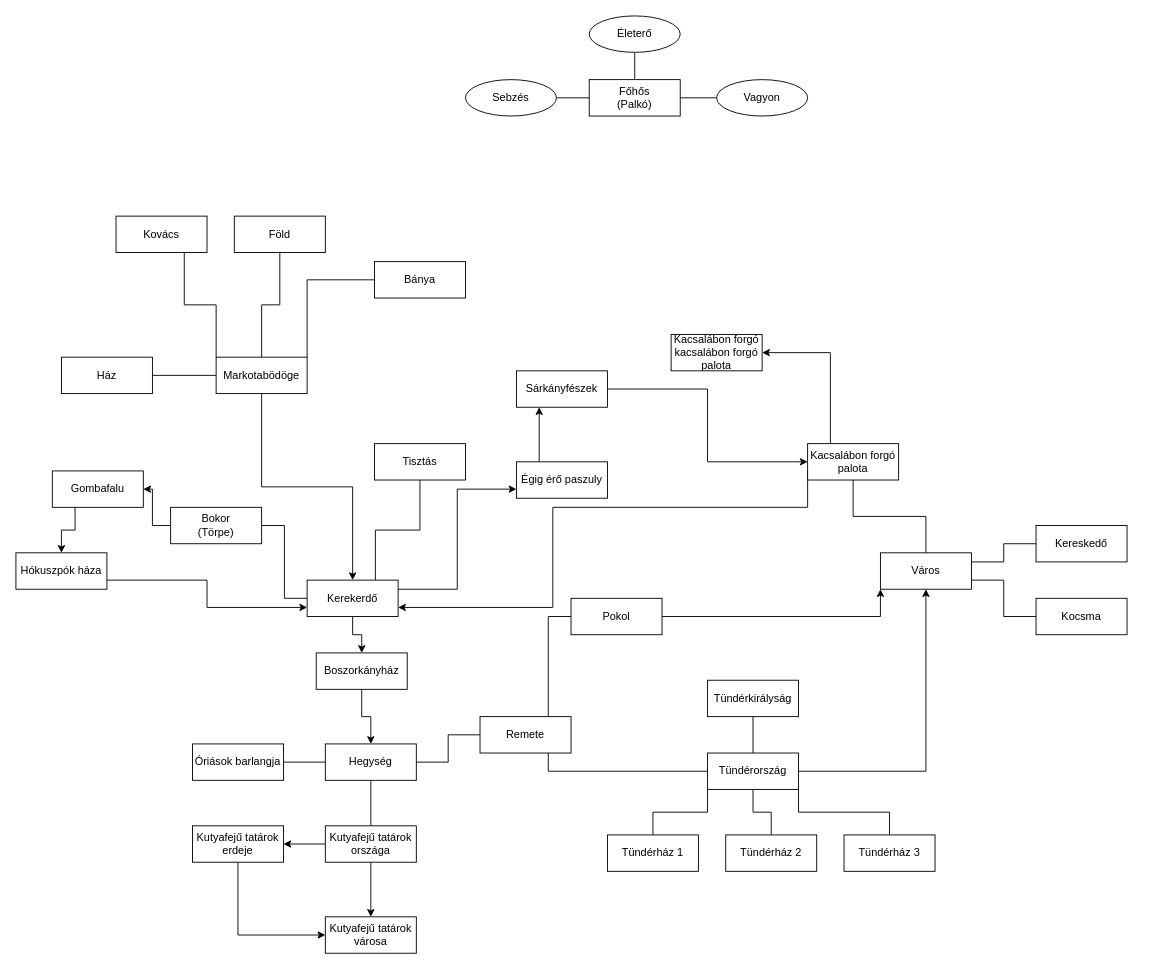
The draw.io diagram Palko.drawio in zalan0815/DictatorSim, before the edit. Source tidied: cells renumbered, new cells numbered last; positions are measured from the earlier drawing's top-left corner, leaving out a move shared by most shapes. Both pictures are drawn from the tidied source at 91%, with x=0, y=0 at pixel (15, 15).
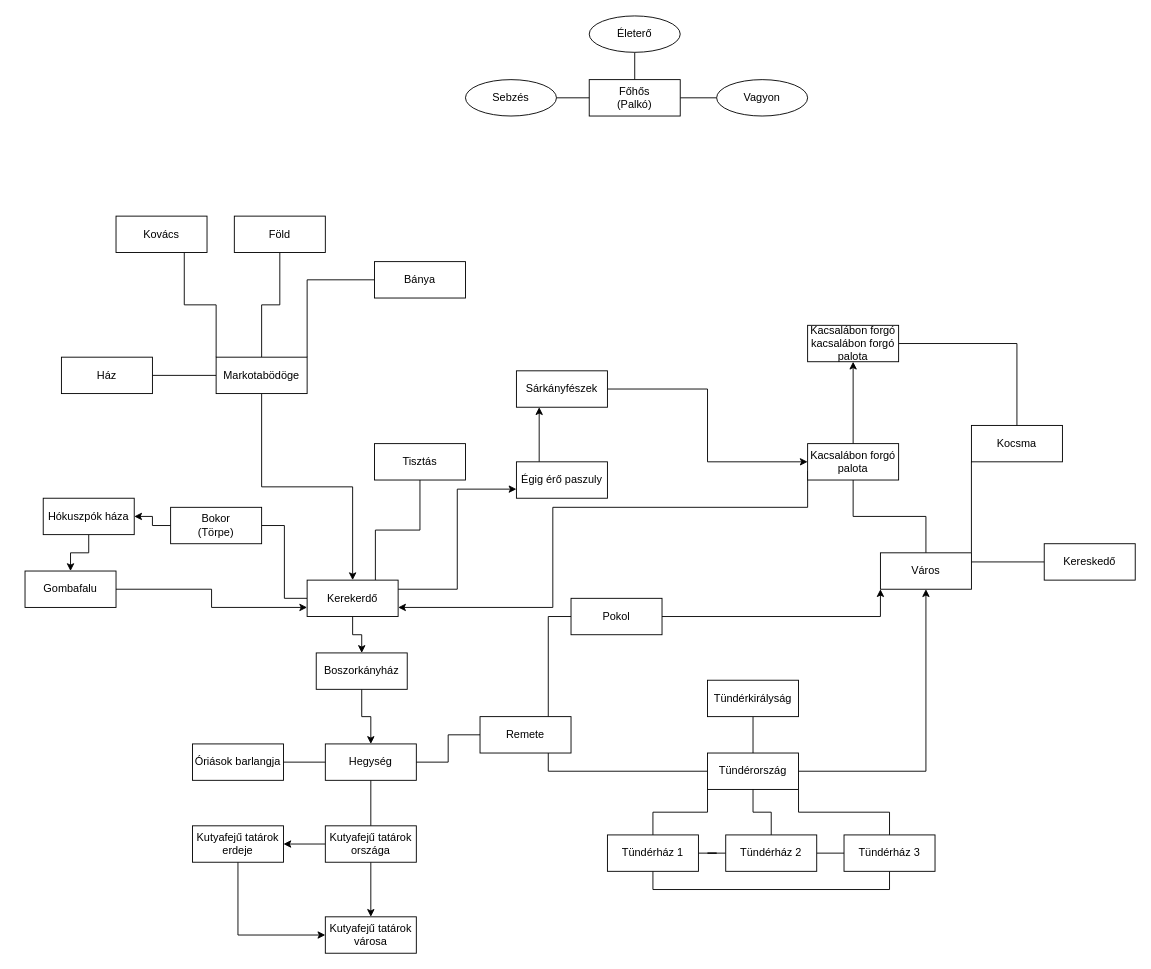
Above is the later version.

The change refers to these unchanged cells:
```xml
<mxCell id="22" value="Kerekerdő" style="whiteSpace=wrap;html=1;align=center;" parent="1" vertex="1">
  <mxGeometry x="320" y="620" width="100" height="40" as="geometry" />
</mxCell>
<mxCell id="25" value="Bokor&lt;br&gt;(Törpe)" style="whiteSpace=wrap;html=1;align=center;" parent="1" vertex="1">
  <mxGeometry x="170" y="540" width="100" height="40" as="geometry" />
</mxCell>
<mxCell id="50" value="Tündérház 1" style="whiteSpace=wrap;html=1;align=center;" parent="1" vertex="1">
  <mxGeometry x="650" y="900" width="100" height="40" as="geometry" />
</mxCell>
<mxCell id="52" value="Tündérház 2" style="whiteSpace=wrap;html=1;align=center;" parent="1" vertex="1">
  <mxGeometry x="780" y="900" width="100" height="40" as="geometry" />
</mxCell>
<mxCell id="54" value="Tündérház 3" style="whiteSpace=wrap;html=1;align=center;" parent="1" vertex="1">
  <mxGeometry x="910" y="900" width="100" height="40" as="geometry" />
</mxCell>
<mxCell id="59" value="Város" style="whiteSpace=wrap;html=1;align=center;" parent="1" vertex="1">
  <mxGeometry x="950" y="590" width="100" height="40" as="geometry" />
</mxCell>
<mxCell id="65" value="Kacsalábon forgó palota" style="whiteSpace=wrap;html=1;align=center;" parent="1" vertex="1">
  <mxGeometry x="870" y="470" width="100" height="40" as="geometry" />
</mxCell>
```

The edit, as a diff of the source:
```diff
@@
-    <mxCell id="24" style="edgeStyle=orthogonalEdgeStyle;rounded=0;jettySize=auto;html=1;exitX=0;exitY=0.5;exitDx=0;exitDy=0;entryX=1;entryY=0.5;entryDx=0;entryDy=0;" parent="1" edge="1" source="25" target="38">
-      <mxGeometry relative="1" as="geometry" />
-    </mxCell>
+    <mxCell id="73" style="edgeStyle=orthogonalEdgeStyle;rounded=0;jettySize=auto;html=1;exitX=0;exitY=0.5;exitDx=0;exitDy=0;" parent="1" edge="1" source="25" target="40">
+      <mxGeometry relative="1" as="geometry" />
+    </mxCell>
@@
-    <mxCell id="37" style="edgeStyle=orthogonalEdgeStyle;rounded=0;jettySize=auto;html=1;exitX=0.25;exitY=1;exitDx=0;exitDy=0;entryX=0.5;entryY=0;entryDx=0;entryDy=0;" parent="1" edge="1" source="38" target="40">
-      <mxGeometry relative="1" as="geometry" />
-    </mxCell>
+    <mxCell id="74" style="edgeStyle=orthogonalEdgeStyle;rounded=0;jettySize=auto;html=1;exitX=1;exitY=0.5;exitDx=0;exitDy=0;entryX=0;entryY=0.75;entryDx=0;entryDy=0;" parent="1" edge="1" source="38" target="22">
+      <mxGeometry relative="1" as="geometry" />
+    </mxCell>
     <mxCell id="38" value="Gombafalu" style="whiteSpace=wrap;html=1;align=center;" parent="1" vertex="1">
-      <mxGeometry x="40" y="500" width="100" height="40" as="geometry" />
+      <mxGeometry x="10" y="610" width="100" height="40" as="geometry" />
     </mxCell>
-    <mxCell id="39" style="edgeStyle=orthogonalEdgeStyle;rounded=0;jettySize=auto;html=1;exitX=1;exitY=0.75;exitDx=0;exitDy=0;entryX=0;entryY=0.75;entryDx=0;entryDy=0;" parent="1" edge="1" source="40" target="22">
-      <mxGeometry relative="1" as="geometry" />
-    </mxCell>
+    <mxCell id="75" style="edgeStyle=orthogonalEdgeStyle;rounded=0;jettySize=auto;html=1;exitX=0.5;exitY=1;exitDx=0;exitDy=0;entryX=0.5;entryY=0;entryDx=0;entryDy=0;" parent="1" edge="1" source="40" target="38">
+      <mxGeometry relative="1" as="geometry" />
+    </mxCell>
     <mxCell id="40" value="Hókuszpók háza" style="whiteSpace=wrap;html=1;align=center;" parent="1" vertex="1">
-      <mxGeometry y="590" width="100" height="40" as="geometry" />
+      <mxGeometry x="30" y="530" width="100" height="40" as="geometry" />
     </mxCell>
@@
+    <mxCell id="76" style="edgeStyle=orthogonalEdgeStyle;rounded=0;jettySize=auto;html=1;exitX=1;exitY=0.5;exitDx=0;exitDy=0;endArrow=none;endFill=0;" parent="1" edge="1" source="50" target="52">
+      <mxGeometry relative="1" as="geometry" />
+    </mxCell>
+    <mxCell id="77" style="edgeStyle=orthogonalEdgeStyle;rounded=0;jettySize=auto;html=1;exitX=0.5;exitY=1;exitDx=0;exitDy=0;entryX=0.5;entryY=1;entryDx=0;entryDy=0;endArrow=none;endFill=0;" parent="1" edge="1" source="50" target="54">
+      <mxGeometry relative="1" as="geometry" />
+    </mxCell>
@@
+    <mxCell id="78" style="edgeStyle=orthogonalEdgeStyle;rounded=0;jettySize=auto;html=1;exitX=1;exitY=0.5;exitDx=0;exitDy=0;entryX=0;entryY=0.5;entryDx=0;entryDy=0;endArrow=none;endFill=0;" parent="1" edge="1" source="52" target="54">
+      <mxGeometry relative="1" as="geometry" />
+    </mxCell>
@@
+    <mxCell id="79" style="edgeStyle=orthogonalEdgeStyle;rounded=0;jettySize=auto;html=1;exitX=1;exitY=0;exitDx=0;exitDy=0;entryX=0;entryY=1;entryDx=0;entryDy=0;endArrow=none;endFill=0;" parent="1" edge="1" source="59" target="61">
+      <mxGeometry relative="1" as="geometry" />
+    </mxCell>
@@
-    <mxCell id="60" style="edgeStyle=orthogonalEdgeStyle;rounded=0;jettySize=auto;html=1;exitX=0;exitY=0.5;exitDx=0;exitDy=0;entryX=1;entryY=0.75;entryDx=0;entryDy=0;endArrow=none;endFill=0;" parent="1" edge="1" source="61" target="59">
-      <mxGeometry relative="1" as="geometry" />
-    </mxCell>
     <mxCell id="61" value="Kocsma" style="whiteSpace=wrap;html=1;align=center;" parent="1" vertex="1">
-      <mxGeometry x="1121" y="640" width="100" height="40" as="geometry" />
+      <mxGeometry x="1050" y="450" width="100" height="40" as="geometry" />
     </mxCell>
     <mxCell id="62" value="Kereskedő" style="whiteSpace=wrap;html=1;align=center;" parent="1" vertex="1">
-      <mxGeometry x="1121" y="560" width="100" height="40" as="geometry" />
+      <mxGeometry x="1130" y="580" width="100" height="40" as="geometry" />
     </mxCell>
+    <mxCell id="64" style="edgeStyle=orthogonalEdgeStyle;rounded=0;jettySize=auto;html=1;exitX=0;exitY=0.75;exitDx=0;exitDy=0;entryX=1;entryY=0.75;entryDx=0;entryDy=0;" parent="1" edge="1" source="65" target="22">
+      <mxGeometry relative="1" as="geometry">
+        <Array as="points">
+          <mxPoint x="870" y="540" />
+          <mxPoint x="590" y="540" />
+          <mxPoint x="590" y="650" />
+        </Array>
+      </mxGeometry>
+    </mxCell>
-    <mxCell id="63" style="edgeStyle=orthogonalEdgeStyle;rounded=0;jettySize=auto;html=1;exitX=0.25;exitY=0;exitDx=0;exitDy=0;entryX=1;entryY=0.5;entryDx=0;entryDy=0;" parent="1" edge="1" source="65" target="69">
+    <mxCell id="63" style="edgeStyle=orthogonalEdgeStyle;rounded=0;jettySize=auto;html=1;exitX=0.5;exitY=0;exitDx=0;exitDy=0;entryX=0.5;entryY=1;entryDx=0;entryDy=0;" parent="1" edge="1" source="65" target="69">
       <mxGeometry relative="1" as="geometry" />
     </mxCell>
-    <mxCell id="64" style="edgeStyle=orthogonalEdgeStyle;rounded=0;jettySize=auto;html=1;exitX=0;exitY=0.75;exitDx=0;exitDy=0;entryX=1;entryY=0.75;entryDx=0;entryDy=0;" parent="1" edge="1" source="65" target="22">
-      <mxGeometry relative="1" as="geometry">
-        <Array as="points">
-          <mxPoint x="870" y="540" />
-          <mxPoint x="590" y="540" />
-          <mxPoint x="590" y="650" />
-        </Array>
-      </mxGeometry>
-    </mxCell>
@@
+    <mxCell id="80" style="edgeStyle=orthogonalEdgeStyle;rounded=0;jettySize=auto;html=1;exitX=1;exitY=0.5;exitDx=0;exitDy=0;endArrow=none;endFill=0;" parent="1" edge="1" source="69" target="61">
+      <mxGeometry relative="1" as="geometry" />
+    </mxCell>
     <mxCell id="69" value="Kacsalábon forgó kacsalábon forgó palota" style="whiteSpace=wrap;html=1;align=center;" parent="1" vertex="1">
-      <mxGeometry x="720" y="350" width="100" height="40" as="geometry" />
+      <mxGeometry x="870" y="340" width="100" height="40" as="geometry" />
     </mxCell>
```
